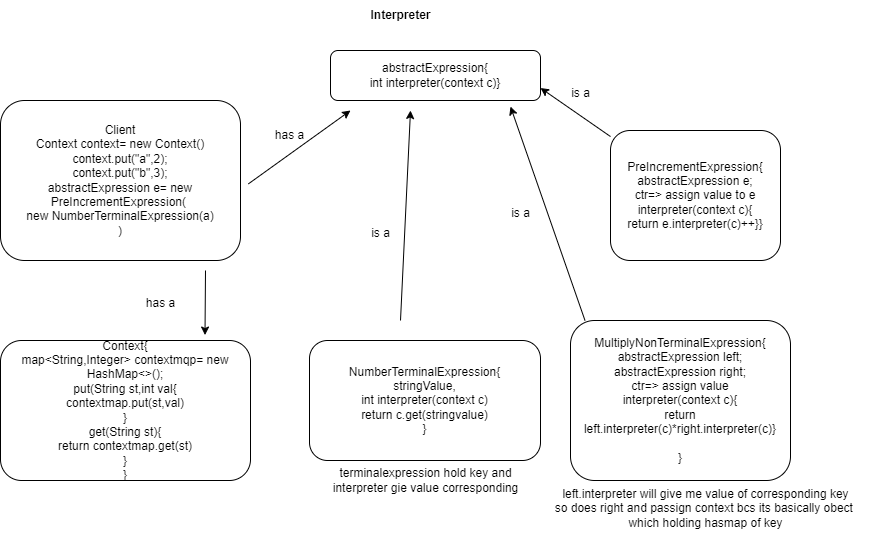
Earlier version of the draw.io export Interpreter.drawio.png (priya226/0-100dev). Source tidied: cells renumbered, new cells last; positions are measured from the earlier drawing's top-left corner, leaving out a move shared by most shapes.
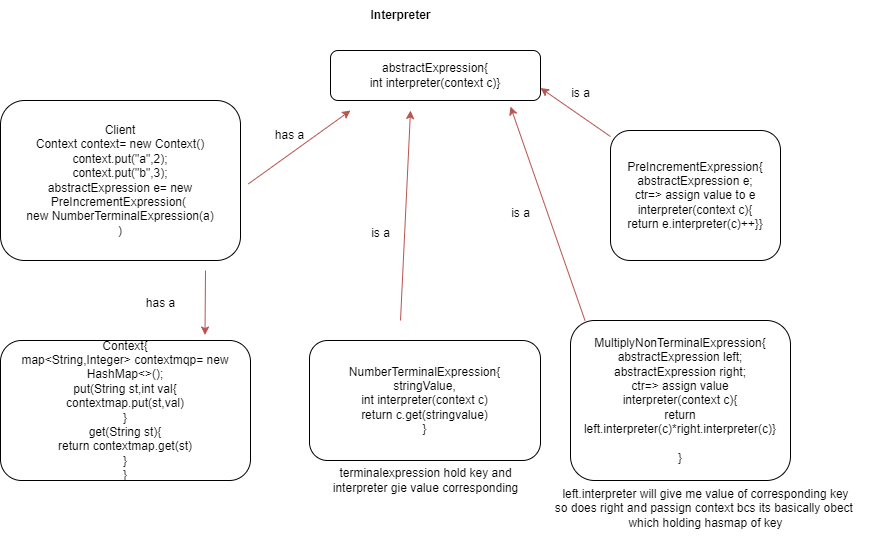
Above is the later version.

What changed in the source:
```diff
@@ -17,19 +17,19 @@
     <mxCell id="6" value="terminalexpression hold key and&lt;div&gt;interpreter gie value corresponding&lt;/div&gt;" style="text;html=1;align=center;verticalAlign=middle;strokeColor=none;fillColor=none;" parent="1" vertex="1">
       <mxGeometry x="319.5" y="460" width="210" height="40" as="geometry" />
     </mxCell>
-    <mxCell id="7" style="endArrow=classic;html=1;rounded=0;" parent="1" edge="1">
+    <mxCell id="7" style="endArrow=classic;html=1;rounded=0;fillColor=#f8cecc;strokeColor=#b85450;" parent="1" edge="1">
       <mxGeometry relative="1" as="geometry">
         <mxPoint x="400" y="320" as="sourcePoint" />
         <mxPoint x="410" y="110" as="targetPoint" />
       </mxGeometry>
     </mxCell>
-    <mxCell id="8" style="endArrow=classic;html=1;rounded=0;exitX=-0.025;exitY=0.087;exitDx=0;exitDy=0;exitPerimeter=0;" parent="1" edge="1">
+    <mxCell id="8" style="endArrow=classic;html=1;rounded=0;exitX=-0.025;exitY=0.087;exitDx=0;exitDy=0;exitPerimeter=0;fillColor=#f8cecc;strokeColor=#b85450;" parent="1" edge="1">
       <mxGeometry relative="1" as="geometry">
         <mxPoint x="584.5" y="320" as="sourcePoint" />
         <mxPoint x="510" y="106.1" as="targetPoint" />
       </mxGeometry>
     </mxCell>
-    <mxCell id="9" style="endArrow=classic;html=1;rounded=0;entryX=1;entryY=0.75;entryDx=0;entryDy=0;" parent="1" edge="1" source="12" target="2">
+    <mxCell id="9" style="endArrow=classic;html=1;rounded=0;entryX=1;entryY=0.75;entryDx=0;entryDy=0;fillColor=#f8cecc;strokeColor=#b85450;" parent="1" edge="1" source="12" target="2">
       <mxGeometry relative="1" as="geometry" />
     </mxCell>
     <mxCell id="10" value="Context{&lt;div&gt;map&amp;lt;String,Integer&amp;gt; contextmqp= new HashMap&amp;lt;&amp;gt;();&lt;/div&gt;&lt;div&gt;put(String st,int val{&lt;/div&gt;&lt;div&gt;contextmap.put(st,val)&lt;/div&gt;&lt;div&gt;}&lt;/div&gt;&lt;div&gt;get(String st){&lt;/div&gt;&lt;div&gt;return contextmap.get(st)&lt;/div&gt;&lt;div&gt;}&lt;/div&gt;&lt;div&gt;}&lt;/div&gt;" style="rounded=1;whiteSpace=wrap;html=1;" parent="1" vertex="1">
@@ -46,7 +46,7 @@
     <mxCell id="13" value="Client&lt;div&gt;Context context= new Context()&lt;/div&gt;&lt;div&gt;context.put(&quot;a&quot;,2);&lt;/div&gt;&lt;div&gt;context.put(&quot;b&quot;,3);&lt;/div&gt;&lt;div&gt;abstractExpression e= new PreIncrementExpression(&amp;nbsp;&lt;/div&gt;&lt;div&gt;new NumberTerminalExpression(a)&lt;/div&gt;&lt;div&gt;)&lt;/div&gt;" style="rounded=1;whiteSpace=wrap;html=1;" parent="1" vertex="1">
       <mxGeometry y="100" width="240" height="160" as="geometry" />
     </mxCell>
-    <mxCell id="14" style="endArrow=classic;html=1;rounded=0;exitX=1.033;exitY=0.521;exitDx=0;exitDy=0;exitPerimeter=0;" parent="1" edge="1" source="13">
+    <mxCell id="14" style="endArrow=classic;html=1;rounded=0;exitX=1.033;exitY=0.521;exitDx=0;exitDy=0;exitPerimeter=0;fillColor=#f8cecc;strokeColor=#b85450;" parent="1" edge="1" source="13">
       <mxGeometry relative="1" as="geometry">
         <mxPoint x="350" y="110" as="targetPoint" />
       </mxGeometry>
@@ -63,7 +63,7 @@
     <mxCell id="18" value="is a" style="text;html=1;align=center;verticalAlign=middle;strokeColor=none;fillColor=none;" parent="1" vertex="1">
       <mxGeometry x="360" y="218" width="40" height="30" as="geometry" />
     </mxCell>
-    <mxCell id="19" style="endArrow=classic;html=1;rounded=0;entryX=0.818;entryY=-0.039;entryDx=0;entryDy=0;entryPerimeter=0;" parent="1" edge="1" target="10">
+    <mxCell id="19" style="endArrow=classic;html=1;rounded=0;entryX=0.818;entryY=-0.039;entryDx=0;entryDy=0;entryPerimeter=0;fillColor=#f8cecc;strokeColor=#b85450;" parent="1" edge="1" target="10">
       <mxGeometry relative="1" as="geometry">
         <mxPoint x="205" y="270" as="sourcePoint" />
       </mxGeometry>
```
